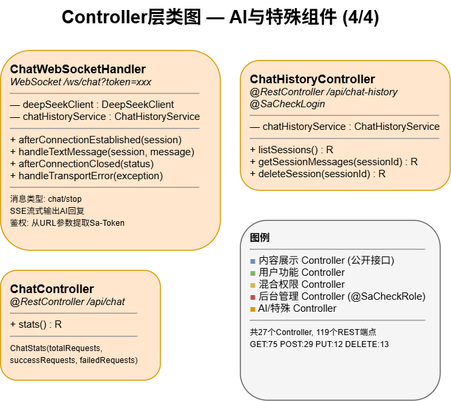
Earlier version of the draw.io export docs/diagrams-png/class-special.drawio.png (yhe3603-star/Graduation-Project). Source tidied: cells renumbered, new cells last; positions are measured from the earlier drawing's top-left corner, leaving out a move shared by most shapes.
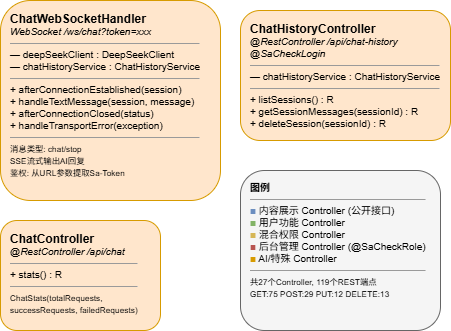
After the change.

Change to the diagram source:
```diff
@@ -2,9 +2,6 @@
   <root>
     <mxCell id="0" />
     <mxCell id="1" parent="0" />
-    <mxCell id="2" value="Controller层类图 — AI与特殊组件 (4/4)" style="text;html=1;fontSize=18;fontStyle=1;align=center;" parent="1" vertex="1">
-      <mxGeometry x="20" width="400" height="35" as="geometry" />
-    </mxCell>
     <mxCell id="3" value="&lt;b style='font-size:12px'&gt;ChatWebSocketHandler&lt;/b&gt;&lt;br&gt;&lt;i&gt;WebSocket /ws/chat?token=xxx&lt;/i&gt;&lt;hr size='1'&gt;— deepSeekClient : DeepSeekClient&lt;br&gt;— chatHistoryService : ChatHistoryService&lt;hr size='1'&gt;+ afterConnectionEstablished(session)&lt;br&gt;+ handleTextMessage(session, message)&lt;br&gt;+ afterConnectionClosed(status)&lt;br&gt;+ handleTransportError(exception)&lt;hr size='1'&gt;&lt;small&gt;消息类型: chat/stop&lt;/small&gt;&lt;br&gt;&lt;small&gt;SSE流式输出AI回复&lt;/small&gt;&lt;br&gt;&lt;small&gt;鉴权: 从URL参数提取Sa-Token&lt;/small&gt;" style="rounded=1;whiteSpace=wrap;html=1;fillColor=#ffe6cc;strokeColor=#d79b00;fontSize=10;align=left;verticalAlign=top;spacingLeft=8;spacingTop=5;" parent="1" vertex="1">
       <mxGeometry y="50" width="220" height="200" as="geometry" />
     </mxCell>
@@ -15,7 +12,7 @@
       <mxGeometry y="270" width="160" height="110" as="geometry" />
     </mxCell>
     <mxCell id="6" value="&lt;b&gt;图例&lt;/b&gt;&lt;hr size='1'&gt;&lt;font color='#6c8ebf'&gt;■&lt;/font&gt; 内容展示 Controller (公开接口)&lt;br&gt;&lt;font color='#82b366'&gt;■&lt;/font&gt; 用户功能 Controller&lt;br&gt;&lt;font color='#d6b656'&gt;■&lt;/font&gt; 混合权限 Controller&lt;br&gt;&lt;font color='#b85450'&gt;■&lt;/font&gt; 后台管理 Controller (@SaCheckRole)&lt;br&gt;&lt;font color='#d79b00'&gt;■&lt;/font&gt; AI/特殊 Controller&lt;hr size='1'&gt;&lt;small&gt;共27个Controller, 119个REST端点&lt;/small&gt;&lt;br&gt;&lt;small&gt;GET:75 POST:29 PUT:12 DELETE:13&lt;/small&gt;" style="rounded=1;whiteSpace=wrap;html=1;fillColor=#f5f5f5;strokeColor=#666;fontSize=10;align=left;verticalAlign=top;spacingLeft=8;spacingTop=5;" parent="1" vertex="1">
-      <mxGeometry x="240" y="220" width="200" height="180" as="geometry" />
+      <mxGeometry x="240" y="220" width="200" height="160" as="geometry" />
     </mxCell>
   </root>
 </mxGraphModel>
```
